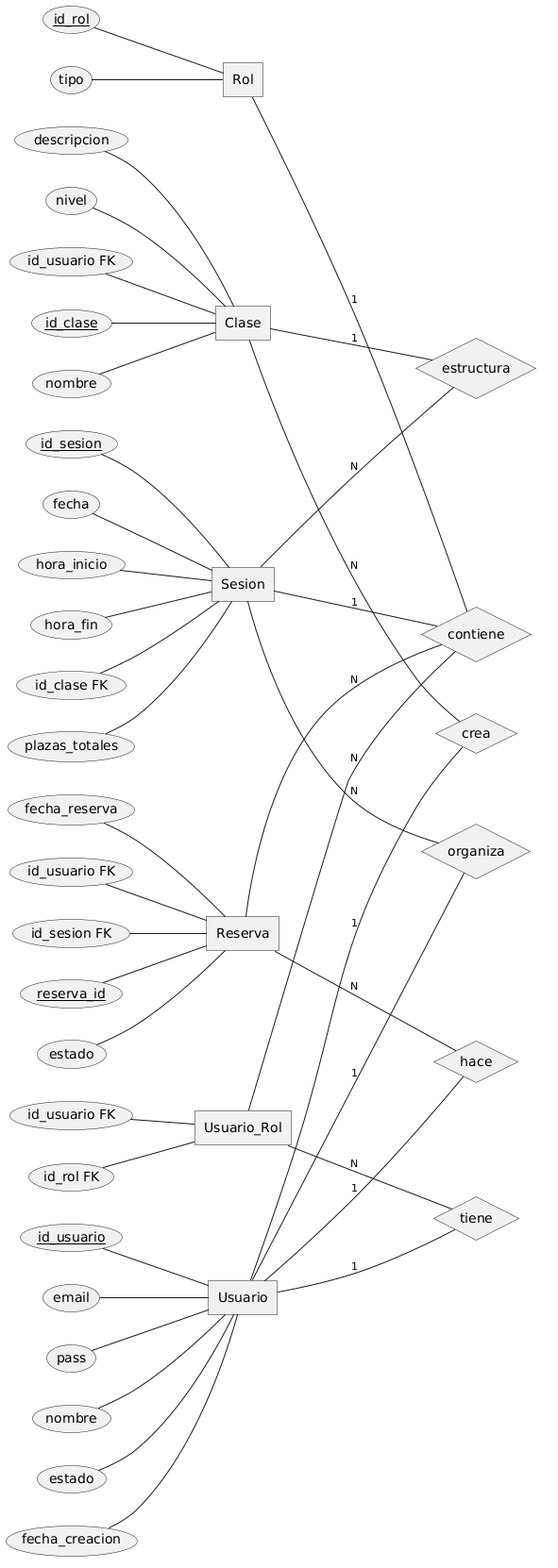
Before: docs/BasesDeDatos/Modelo_ER.png, a diagram exported from PlantUML (pollito96/proyectoIntermodular1DAM). Its diagram source:
```plantuml
@startchen aescena

left to right direction
skinparam shadowing false

entity Usuario {
  id_usuario <<key>>
  email
  pass
  nombre
  estado
  fecha_creacion
}

entity Rol {
  id_rol <<key>>
  tipo
}

entity Usuario_Rol {
  id_usuario FK
  id_rol FK
}


entity Clase {
  id_clase <<key>>
  nombre
  descripcion
  nivel
  id_usuario FK
}

entity Sesion {
  id_sesion <<key>>
  fecha
  hora_inicio
  hora_fin
  id_clase FK
  plazas_totales
}

entity Reserva {
  reserva_id <<key>>
  estado
  fecha_reserva
  id_usuario FK
  id_sesion FK
}

relationship tiene {
}
Usuario -1- tiene
Usuario_Rol -N- tiene

relationship contiene {
}
Rol -1- contiene
Usuario_Rol -N- contiene

relationship crea {
}
Usuario -1- crea
Clase -N- crea

relationship organiza {
}
Usuario -1- organiza
Sesion -N- organiza

relationship estructura {
}
Clase -1- estructura
Sesion -N- estructura

relationship hace {
}
Usuario -1- hace
Reserva -N- hace
relationship contiene {
}
Sesion -1- contiene
Reserva -N- contiene


@endchen
```
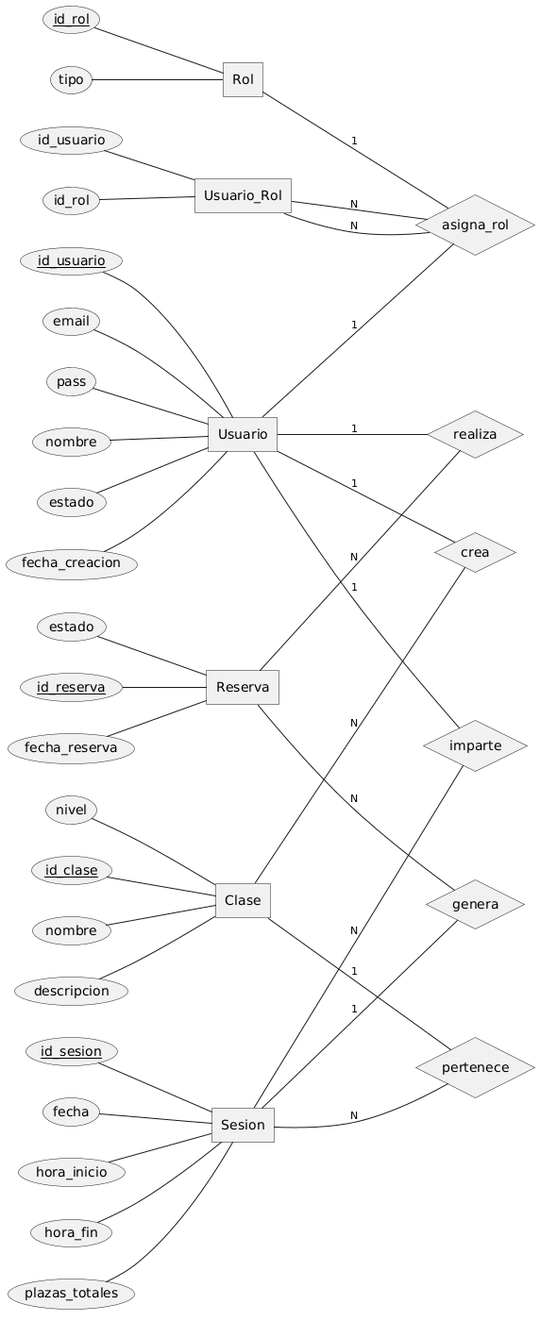
Later version of the same file.

Commit message:
Estructura apartado DB organizado, incluidas consultas y README

Diff of the diagram source:
```diff
@@ -1,7 +1,9 @@
-@startchen aescena
+@startchen
 
 left to right direction
 skinparam shadowing false
+
+
 
 entity Usuario {
   id_usuario <<key>>
@@ -17,18 +19,11 @@
   tipo
 }
 
-entity Usuario_Rol {
-  id_usuario FK
-  id_rol FK
-}
-
-
 entity Clase {
   id_clase <<key>>
   nombre
   descripcion
   nivel
-  id_usuario FK
 }
 
 entity Sesion {
@@ -36,51 +31,64 @@
   fecha
   hora_inicio
   hora_fin
-  id_clase FK
   plazas_totales
 }
 
 entity Reserva {
-  reserva_id <<key>>
+  id_reserva <<key>>
+  fecha_reserva
   estado
-  fecha_reserva
-  id_usuario FK
-  id_sesion FK
 }
 
-relationship tiene {
+entity Usuario_Rol {
+  id_usuario <<FK>>
+  id_rol <<FK>>
 }
-Usuario -1- tiene
-Usuario_Rol -N- tiene
 
-relationship contiene {
+
+
+relationship asigna_rol {
 }
-Rol -1- contiene
-Usuario_Rol -N- contiene
+
+Usuario -1- asigna_rol
+Usuario_Rol -N- asigna_rol
+
+Rol -1- asigna_rol
+Usuario_Rol -N- asigna_rol
+
 
 relationship crea {
 }
+
 Usuario -1- crea
 Clase -N- crea
 
-relationship organiza {
+
+relationship imparte {
 }
-Usuario -1- organiza
-Sesion -N- organiza
 
-relationship estructura {
-}
-Clase -1- estructura
-Sesion -N- estructura
-
-relationship hace {
-}
-Usuario -1- hace
-Reserva -N- hace
-relationship contiene {
-}
-Sesion -1- contiene
-Reserva -N- contiene
+Usuario -1- imparte
+Sesion -N- imparte
 
 
+relationship pertenece {
+}
+
+Clase -1- pertenece
+Sesion -N- pertenece
+
+
+relationship realiza {
+}
+
+Usuario -1- realiza
+Reserva -N- realiza
+
+
+relationship genera {
+}
+
+Sesion -1- genera
+Reserva -N- genera
+
 @endchen
```
